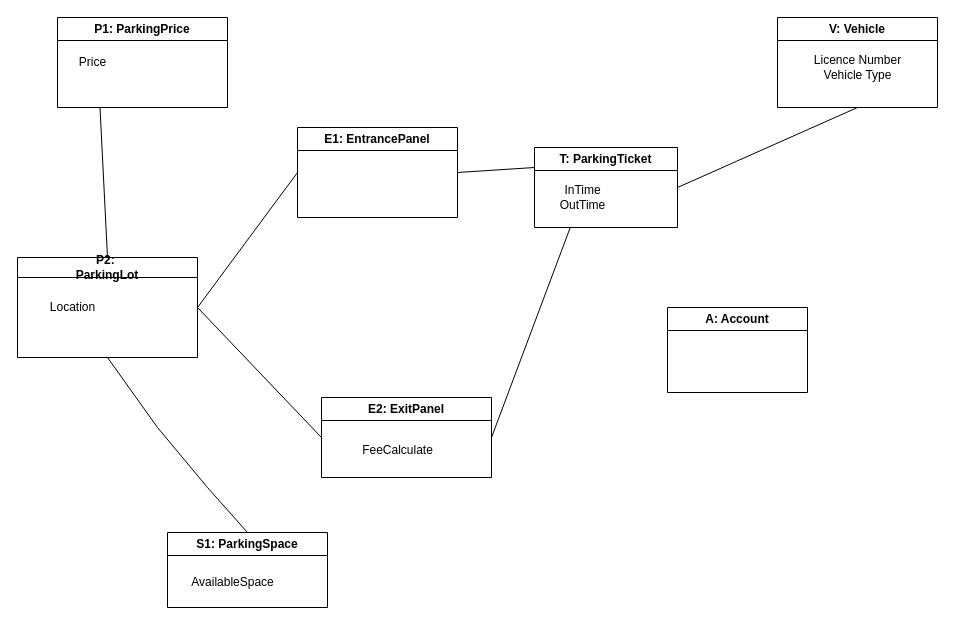
chanu4321/SE-Lab keeps this draw.io diagram as Experiment 10.drawio. Above is the earlier version. Source tidied: cells renumbered, new cells numbered last; positions are measured from the earlier drawing's top-left corner, leaving out a move shared by most shapes. Both pictures are drawn from the tidied source at 100%, with x=0, y=0 at pixel (17, 17).
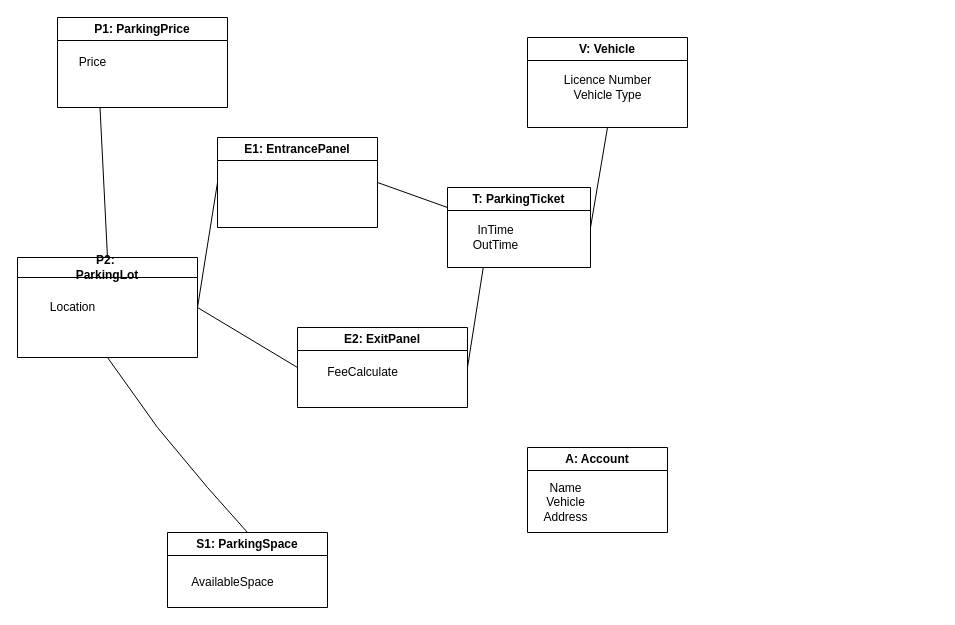
Above is the later version.

Commit message:
Update Object Diagram

Diff of the diagram source:
```diff
@@
     <mxCell id="6" value="E1:&amp;nbsp;&lt;span style=&quot;background-color: transparent; color: light-dark(rgb(0, 0, 0), rgb(255, 255, 255));&quot;&gt;EntrancePanel&lt;/span&gt;" style="swimlane;whiteSpace=wrap;html=1;" parent="1" vertex="1">
-      <mxGeometry x="280" y="110" width="160" height="90" as="geometry" />
+      <mxGeometry x="200" y="120" width="160" height="90" as="geometry" />
     </mxCell>
     <mxCell id="7" value="T: ParkingTicket" style="swimlane;whiteSpace=wrap;html=1;" parent="1" vertex="1">
-      <mxGeometry x="517" y="130" width="143" height="80" as="geometry" />
+      <mxGeometry x="430" y="170" width="143" height="80" as="geometry" />
     </mxCell>
@@
     <mxCell id="9" value="V: Vehicle" style="swimlane;whiteSpace=wrap;html=1;" parent="1" vertex="1">
-      <mxGeometry x="760" width="160" height="90" as="geometry" />
+      <mxGeometry x="510" y="20" width="160" height="90" as="geometry" />
     </mxCell>
@@
     <mxCell id="11" value="E2: ExitPanel" style="swimlane;whiteSpace=wrap;html=1;" parent="1" vertex="1">
-      <mxGeometry x="304" y="380" width="170" height="80" as="geometry" />
+      <mxGeometry x="280" y="310" width="170" height="80" as="geometry" />
     </mxCell>
+    <mxCell id="22" value="FeeCalculate" style="text;html=1;align=center;verticalAlign=middle;strokeColor=none;fillColor=none;" parent="11" vertex="1">
+      <mxGeometry x="20" y="30" width="90" height="30" as="geometry" />
+    </mxCell>
@@
     <mxCell id="14" value="A: Account" style="swimlane;whiteSpace=wrap;html=1;" parent="1" vertex="1">
-      <mxGeometry x="650" y="290" width="140" height="85" as="geometry" />
+      <mxGeometry x="510" y="430" width="140" height="85" as="geometry" />
     </mxCell>
+    <mxCell id="23" value="Name&lt;div&gt;Vehicle&lt;br&gt;Address&lt;/div&gt;" style="text;html=1;align=center;verticalAlign=middle;strokeColor=none;fillColor=none;" parent="14" vertex="1">
+      <mxGeometry x="3" y="25" width="70" height="60" as="geometry" />
+    </mxCell>
@@
-    <mxCell id="22" value="FeeCalculate" style="text;html=1;align=center;verticalAlign=middle;strokeColor=none;fillColor=none;" parent="1" vertex="1">
-      <mxGeometry x="335" y="418" width="90" height="30" as="geometry" />
-    </mxCell>
```
